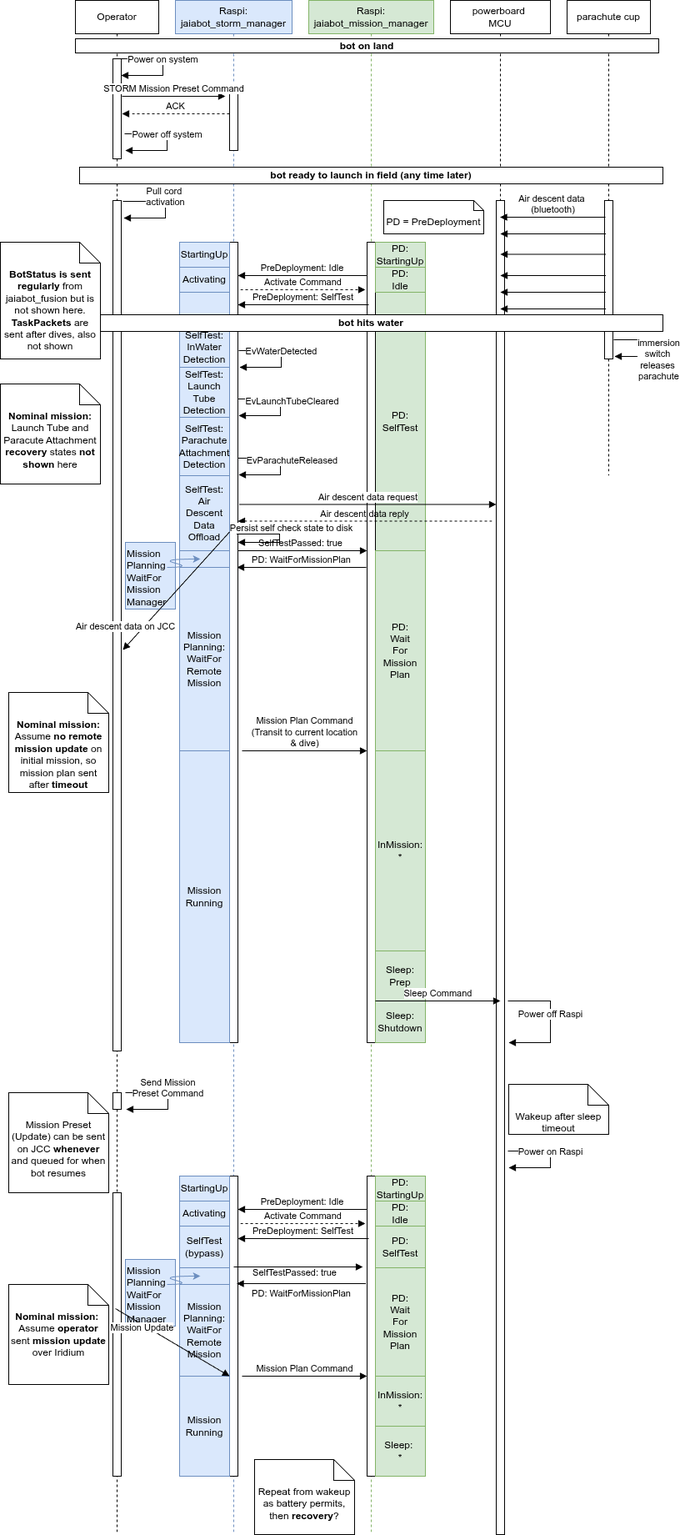
This is src/doc/figures/storm/storm-nominal-mission-sequence.png from jaiarobotics/jaiabot, a draw.io export, as it was before one commit. Source tidied: cells renumbered, new cells last; positions are measured from the earlier drawing's top-left corner, leaving out a move shared by most shapes.
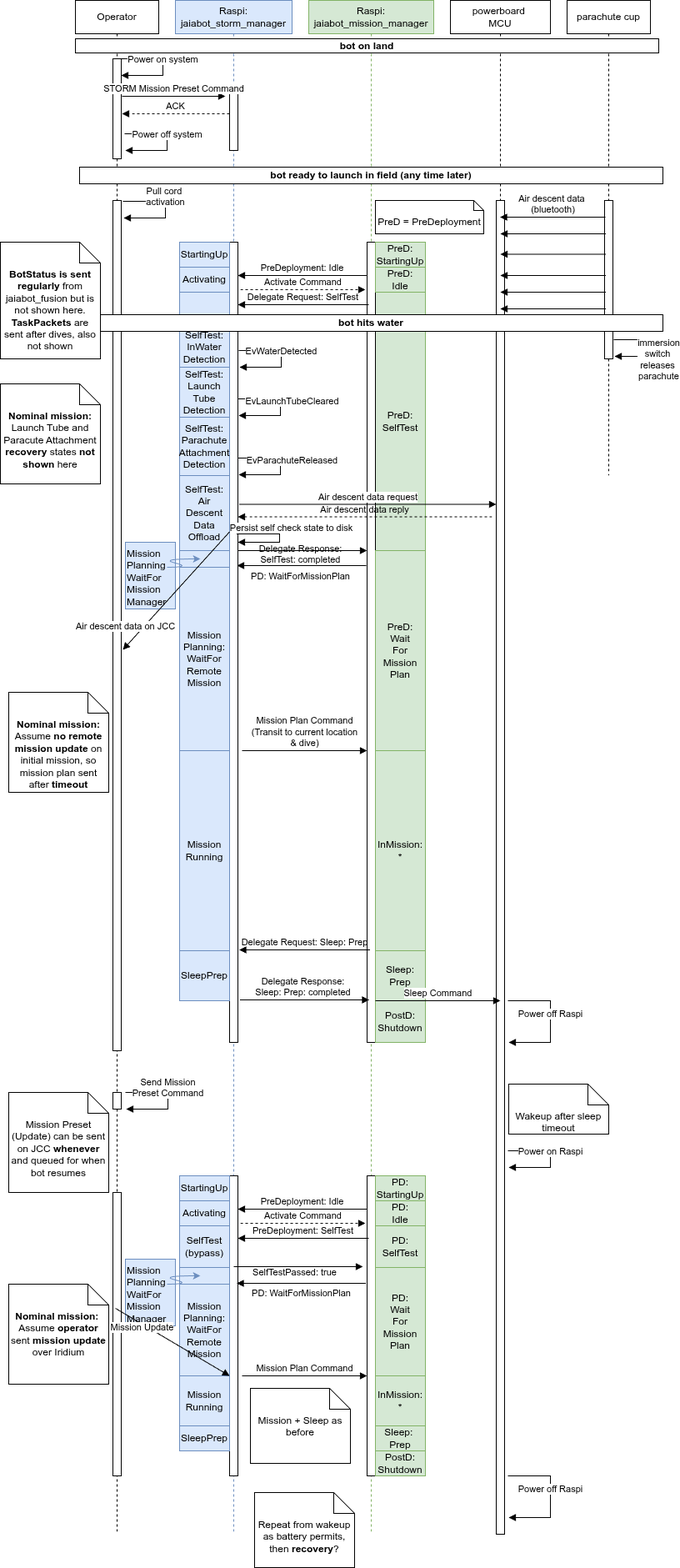
After the change.

Commit message:
Update STORM state diagrams

The edit, as a diff of the source:
```diff
@@ -2,7 +2,7 @@
   <root>
     <mxCell id="0" />
     <mxCell id="1" parent="0" />
-    <mxCell id="2" value="&lt;span style=&quot;background-color: transparent; color: light-dark(rgb(0, 0, 0), rgb(255, 255, 255));&quot;&gt;PD:&lt;br&gt;&lt;/span&gt;SelfTest" style="html=1;align=center;verticalAlign=middle;dashed=0;whiteSpace=wrap;fillColor=#d5e8d4;strokeColor=#82b366;" parent="1" vertex="1">
+    <mxCell id="2" value="&lt;span style=&quot;background-color: transparent; color: light-dark(rgb(0, 0, 0), rgb(255, 255, 255));&quot;&gt;PreD:&lt;br&gt;&lt;/span&gt;SelfTest" style="html=1;align=center;verticalAlign=middle;dashed=0;whiteSpace=wrap;fillColor=#d5e8d4;strokeColor=#82b366;" parent="1" vertex="1">
       <mxGeometry x="450" y="350" width="60" height="310" as="geometry" />
     </mxCell>
     <mxCell id="3" value="Operator" style="shape=umlLifeline;perimeter=lifelinePerimeter;whiteSpace=wrap;html=1;newEdgeStyle={&quot;edgeStyle&quot;:&quot;elbowEdgeStyle&quot;,&quot;elbow&quot;:&quot;vertical&quot;,&quot;curved&quot;:0,&quot;rounded&quot;:0};" parent="1" vertex="1">
@@ -135,7 +135,7 @@
         <mxPoint x="440" y="330" as="sourcePoint" />
       </mxGeometry>
     </mxCell>
-    <mxCell id="31" value="PreDeployment: SelfTest" style="html=1;verticalAlign=bottom;labelBackgroundColor=none;endArrow=block;endFill=1;rounded=0;" parent="1" edge="1">
+    <mxCell id="31" value="Delegate Request: SelfTest" style="html=1;verticalAlign=bottom;labelBackgroundColor=none;endArrow=block;endFill=1;rounded=0;" parent="1" edge="1">
       <mxGeometry x="0.01" relative="1" as="geometry">
         <mxPoint x="442" y="365" as="sourcePoint" />
         <mxPoint x="285" y="365" as="targetPoint" />
@@ -150,7 +150,7 @@
     <mxCell id="33" value="StartingUp" style="html=1;align=center;verticalAlign=middle;dashed=0;whiteSpace=wrap;fillColor=#dae8fc;strokeColor=#6c8ebf;" parent="1" vertex="1">
       <mxGeometry x="215" y="290" width="60" height="30" as="geometry" />
     </mxCell>
-    <mxCell id="34" value="&lt;div&gt;PD:&lt;br&gt;StartingUp&lt;/div&gt;" style="html=1;align=center;verticalAlign=middle;dashed=0;whiteSpace=wrap;fillColor=#d5e8d4;strokeColor=#82b366;" parent="1" vertex="1">
+    <mxCell id="34" value="&lt;div&gt;PreD:&lt;br&gt;StartingUp&lt;/div&gt;" style="html=1;align=center;verticalAlign=middle;dashed=0;whiteSpace=wrap;fillColor=#d5e8d4;strokeColor=#82b366;" parent="1" vertex="1">
       <mxGeometry x="450" y="290" width="60" height="30" as="geometry" />
     </mxCell>
     <mxCell id="35" value="Air descent data request" style="html=1;verticalAlign=bottom;endArrow=block;endFill=1;rounded=0;" parent="1" edge="1">
@@ -161,8 +161,8 @@
     </mxCell>
     <mxCell id="36" value="Air descent data reply" style="html=1;verticalAlign=bottom;labelBackgroundColor=none;endArrow=block;endFill=1;dashed=1;rounded=0;" parent="1" edge="1">
       <mxGeometry relative="1" as="geometry">
-        <mxPoint x="590" y="624.5" as="sourcePoint" />
-        <mxPoint x="285" y="624.5" as="targetPoint" />
+        <mxPoint x="590" y="619.5" as="sourcePoint" />
+        <mxPoint x="285" y="619.5" as="targetPoint" />
       </mxGeometry>
     </mxCell>
     <mxCell id="37" style="html=1;verticalAlign=bottom;endArrow=block;endFill=1;rounded=0;" parent="1" edge="1">
@@ -183,7 +183,7 @@
         <mxPoint x="600" y="330" as="targetPoint" />
       </mxGeometry>
     </mxCell>
-    <mxCell id="40" value="PD:&lt;br&gt;&lt;div&gt;Idle&lt;/div&gt;" style="html=1;align=center;verticalAlign=middle;dashed=0;whiteSpace=wrap;fillColor=#d5e8d4;strokeColor=#82b366;" parent="1" vertex="1">
+    <mxCell id="40" value="PreD:&lt;br&gt;&lt;div&gt;Idle&lt;/div&gt;" style="html=1;align=center;verticalAlign=middle;dashed=0;whiteSpace=wrap;fillColor=#d5e8d4;strokeColor=#82b366;" parent="1" vertex="1">
       <mxGeometry x="450" y="320" width="60" height="30" as="geometry" />
     </mxCell>
     <mxCell id="41" style="edgeStyle=orthogonalEdgeStyle;rounded=0;orthogonalLoop=1;jettySize=auto;html=1;exitX=0.5;exitY=1;exitDx=0;exitDy=0;" parent="1" edge="1" source="2" target="2">
@@ -243,25 +243,25 @@
     <mxCell id="52" value="&lt;b&gt;Nominal mission: &lt;/b&gt;Launch Tube and Paracute Attachment &lt;b&gt;recovery&lt;/b&gt; states &lt;b&gt;not shown&lt;/b&gt; here" style="shape=note2;boundedLbl=1;whiteSpace=wrap;html=1;size=25;verticalAlign=top;align=center;" parent="1" vertex="1">
       <mxGeometry y="460" width="120" height="120" as="geometry" />
     </mxCell>
-    <mxCell id="53" value="SelfTestPassed: true" style="html=1;verticalAlign=bottom;labelBackgroundColor=none;endArrow=block;endFill=1;rounded=0;" parent="1" edge="1">
-      <mxGeometry x="-0.03" relative="1" as="geometry">
+    <mxCell id="53" value="Delegate Response:&lt;br&gt;SelfTest: completed" style="html=1;verticalAlign=bottom;labelBackgroundColor=none;endArrow=block;endFill=1;rounded=0;" parent="1" edge="1">
+      <mxGeometry x="-0.03" y="-20" relative="1" as="geometry">
         <mxPoint x="285" y="660" as="sourcePoint" />
         <mxPoint x="440" y="660" as="targetPoint" />
       </mxGeometry>
     </mxCell>
-    <mxCell id="54" value="PD:&lt;br&gt;&lt;div&gt;&lt;div&gt;Wait&lt;div&gt;For&lt;/div&gt;&lt;div&gt;Mission&lt;/div&gt;&lt;div&gt;Plan&lt;/div&gt;&lt;/div&gt;&lt;/div&gt;" style="html=1;align=center;verticalAlign=middle;dashed=0;whiteSpace=wrap;fillColor=#d5e8d4;strokeColor=#82b366;" parent="1" vertex="1">
+    <mxCell id="54" value="PreD:&lt;br&gt;&lt;div&gt;&lt;div&gt;Wait&lt;div&gt;For&lt;/div&gt;&lt;div&gt;Mission&lt;/div&gt;&lt;div&gt;Plan&lt;/div&gt;&lt;/div&gt;&lt;/div&gt;" style="html=1;align=center;verticalAlign=middle;dashed=0;whiteSpace=wrap;fillColor=#d5e8d4;strokeColor=#82b366;" parent="1" vertex="1">
       <mxGeometry x="450" y="660" width="60" height="240" as="geometry" />
     </mxCell>
-    <mxCell id="55" value="PD = PreDeployment" style="shape=note2;boundedLbl=1;whiteSpace=wrap;html=1;size=12;verticalAlign=top;align=center;" parent="1" vertex="1">
-      <mxGeometry x="460" y="240" width="120" height="40" as="geometry" />
+    <mxCell id="55" value="PreD = PreDeployment" style="shape=note2;boundedLbl=1;whiteSpace=wrap;html=1;size=12;verticalAlign=top;align=center;" parent="1" vertex="1">
+      <mxGeometry x="450" y="240" width="130" height="40" as="geometry" />
     </mxCell>
     <mxCell id="56" value="Mission&lt;div&gt;Planning:&lt;div&gt;WaitFor&lt;/div&gt;&lt;/div&gt;&lt;div&gt;Remote&lt;/div&gt;&lt;div&gt;Mission&lt;/div&gt;" style="html=1;align=center;verticalAlign=middle;dashed=0;whiteSpace=wrap;fillColor=#dae8fc;strokeColor=#6c8ebf;" parent="1" vertex="1">
       <mxGeometry x="215" y="680" width="60" height="220" as="geometry" />
     </mxCell>
     <mxCell id="57" value="PD: WaitForMissionPlan" style="html=1;verticalAlign=bottom;labelBackgroundColor=none;endArrow=block;endFill=1;rounded=0;" parent="1" edge="1">
-      <mxGeometry relative="1" as="geometry">
-        <mxPoint x="439" y="680" as="sourcePoint" />
-        <mxPoint x="284" y="680" as="targetPoint" />
+      <mxGeometry x="0.02" y="22" relative="1" as="geometry">
+        <mxPoint x="439" y="678" as="sourcePoint" />
+        <mxPoint x="284" y="678" as="targetPoint" />
       </mxGeometry>
     </mxCell>
     <mxCell id="58" value="Mission Planning&#10;WaitFor&#10;Mission&#10;Manager" style="text;whiteSpace=wrap;html=1;fillColor=#dae8fc;strokeColor=#6c8ebf;" parent="1" vertex="1">
@@ -296,12 +296,12 @@
       <mxGeometry x="450" y="900" width="60" height="240" as="geometry" />
     </mxCell>
     <mxCell id="64" value="Mission&lt;div&gt;Running&lt;/div&gt;" style="html=1;align=center;verticalAlign=middle;dashed=0;whiteSpace=wrap;fillColor=#dae8fc;strokeColor=#6c8ebf;" parent="1" vertex="1">
-      <mxGeometry x="215" y="900" width="60" height="350" as="geometry" />
+      <mxGeometry x="215" y="900" width="60" height="240" as="geometry" />
     </mxCell>
     <mxCell id="65" value="Sleep:&lt;div&gt;Prep&lt;/div&gt;" style="html=1;align=center;verticalAlign=middle;dashed=0;whiteSpace=wrap;fillColor=#d5e8d4;strokeColor=#82b366;" parent="1" vertex="1">
       <mxGeometry x="450" y="1140" width="60" height="60" as="geometry" />
     </mxCell>
-    <mxCell id="66" value="Sleep:&lt;div&gt;Shutdown&lt;/div&gt;" style="html=1;align=center;verticalAlign=middle;dashed=0;whiteSpace=wrap;fillColor=#d5e8d4;strokeColor=#82b366;" parent="1" vertex="1">
+    <mxCell id="66" value="PostD:&lt;div&gt;Shutdown&lt;/div&gt;" style="html=1;align=center;verticalAlign=middle;dashed=0;whiteSpace=wrap;fillColor=#d5e8d4;strokeColor=#82b366;" parent="1" vertex="1">
       <mxGeometry x="450" y="1200" width="60" height="50" as="geometry" />
     </mxCell>
     <mxCell id="67" value="Sleep Command" style="html=1;verticalAlign=bottom;endArrow=block;endFill=1;rounded=0;" parent="1" edge="1">
@@ -381,7 +381,7 @@
       <mxGeometry x="450" y="1650" width="60" height="60" as="geometry" />
     </mxCell>
     <mxCell id="81" value="Mission&lt;div&gt;Running&lt;/div&gt;" style="html=1;align=center;verticalAlign=middle;dashed=0;whiteSpace=wrap;fillColor=#dae8fc;strokeColor=#6c8ebf;" parent="1" vertex="1">
-      <mxGeometry x="215" y="1650" width="60" height="120" as="geometry" />
+      <mxGeometry x="215" y="1650" width="60" height="60" as="geometry" />
     </mxCell>
     <mxCell id="82" style="html=1;align=center;verticalAlign=middle;dashed=0;whiteSpace=wrap;fillColor=#dae8fc;strokeColor=#6c8ebf;" parent="1" vertex="1">
       <mxGeometry x="215" y="1520" width="60" height="20" as="geometry" />
@@ -407,8 +407,8 @@
         <mxPoint x="138" y="1569" as="sourcePoint" />
       </mxGeometry>
     </mxCell>
-    <mxCell id="87" value="Sleep:&amp;nbsp;&lt;div&gt;*&lt;/div&gt;" style="html=1;align=center;verticalAlign=middle;dashed=0;whiteSpace=wrap;fillColor=#d5e8d4;strokeColor=#82b366;" parent="1" vertex="1">
-      <mxGeometry x="450" y="1710" width="60" height="60" as="geometry" />
+    <mxCell id="87" value="Sleep:&amp;nbsp;&lt;div&gt;Prep&lt;/div&gt;" style="html=1;align=center;verticalAlign=middle;dashed=0;whiteSpace=wrap;fillColor=#d5e8d4;strokeColor=#82b366;" parent="1" vertex="1">
+      <mxGeometry x="450" y="1710" width="60" height="30" as="geometry" />
     </mxCell>
     <mxCell id="88" value="Mission Plan Command" style="html=1;verticalAlign=bottom;endArrow=block;endFill=1;rounded=0;" parent="1" edge="1">
       <mxGeometry relative="1" as="geometry">
@@ -423,7 +423,7 @@
       <mxGeometry x="10" y="1540" width="120" height="120" as="geometry" />
     </mxCell>
     <mxCell id="91" value="Repeat from wakeup&lt;div&gt;as battery permits,&lt;/div&gt;&lt;div&gt;then &lt;b&gt;recovery&lt;/b&gt;?&lt;/div&gt;" style="shape=note2;boundedLbl=1;whiteSpace=wrap;html=1;size=25;verticalAlign=top;align=center;" parent="1" vertex="1">
-      <mxGeometry x="305" y="1750" width="120" height="90" as="geometry" />
+      <mxGeometry x="305" y="1790" width="120" height="90" as="geometry" />
     </mxCell>
     <mxCell id="92" value="Wakeup after sleep timeout" style="shape=note2;boundedLbl=1;whiteSpace=wrap;html=1;size=25;verticalAlign=top;align=center;" parent="1" vertex="1">
       <mxGeometry x="610" y="1300" width="120" height="60" as="geometry" />
@@ -458,5 +458,46 @@
         </Array>
       </mxGeometry>
     </mxCell>
+    <mxCell id="98" value="SleepPrep" style="html=1;align=center;verticalAlign=middle;dashed=0;whiteSpace=wrap;fillColor=#dae8fc;strokeColor=#6c8ebf;" parent="1" vertex="1">
+      <mxGeometry x="215" y="1140" width="60" height="60" as="geometry" />
+    </mxCell>
+    <mxCell id="99" value="Sleep Command" style="html=1;verticalAlign=bottom;endArrow=block;endFill=1;rounded=0;" parent="1" edge="1">
+      <mxGeometry relative="1" as="geometry">
+        <mxPoint x="450" y="1200" as="sourcePoint" />
+        <mxPoint x="600" y="1200" as="targetPoint" />
+      </mxGeometry>
+    </mxCell>
+    <mxCell id="100" value="Delegate Response: &lt;br&gt;Sleep: Prep: completed" style="html=1;verticalAlign=bottom;labelBackgroundColor=none;endArrow=block;endFill=1;rounded=0;" parent="1" edge="1">
+      <mxGeometry x="-0.03" relative="1" as="geometry">
+        <mxPoint x="287.5" y="1199" as="sourcePoint" />
+        <mxPoint x="442.5" y="1199" as="targetPoint" />
+      </mxGeometry>
+    </mxCell>
+    <mxCell id="101" value="Delegate Request: Sleep: Prep" style="html=1;verticalAlign=bottom;labelBackgroundColor=none;endArrow=block;endFill=1;rounded=0;" parent="1" edge="1">
+      <mxGeometry x="0.01" relative="1" as="geometry">
+        <mxPoint x="443.5" y="1139" as="sourcePoint" />
+        <mxPoint x="286.5" y="1139" as="targetPoint" />
+      </mxGeometry>
+    </mxCell>
+    <mxCell id="102" value="Mission + Sleep as before" style="shape=note2;boundedLbl=1;whiteSpace=wrap;html=1;size=25;verticalAlign=top;align=center;" parent="1" vertex="1">
+      <mxGeometry x="300" y="1665" width="120" height="90" as="geometry" />
+    </mxCell>
+    <mxCell id="103" value="SleepPrep" style="html=1;align=center;verticalAlign=middle;dashed=0;whiteSpace=wrap;fillColor=#dae8fc;strokeColor=#6c8ebf;" parent="1" vertex="1">
+      <mxGeometry x="215" y="1710" width="60" height="30" as="geometry" />
+    </mxCell>
+    <mxCell id="104" value="PostD:&lt;div&gt;Shutdown&lt;/div&gt;" style="html=1;align=center;verticalAlign=middle;dashed=0;whiteSpace=wrap;fillColor=#d5e8d4;strokeColor=#82b366;" parent="1" vertex="1">
+      <mxGeometry x="450" y="1740" width="60" height="30" as="geometry" />
+    </mxCell>
+    <mxCell id="105" value="Power off Raspi" style="html=1;verticalAlign=bottom;endArrow=block;endFill=1;rounded=0;edgeStyle=orthogonalEdgeStyle;" parent="1" edge="1">
+      <mxGeometry relative="1" as="geometry">
+        <mxPoint x="609" y="1770" as="sourcePoint" />
+        <mxPoint x="610" y="1820" as="targetPoint" />
+        <Array as="points">
+          <mxPoint x="660" y="1770" />
+          <mxPoint x="660" y="1820" />
+          <mxPoint x="610" y="1820" />
+        </Array>
+      </mxGeometry>
+    </mxCell>
   </root>
 </mxGraphModel>
```
